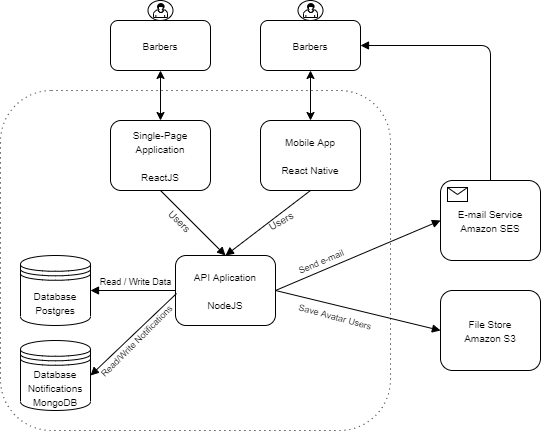
This is GoBarber Arch.png from kielkow/GoBarber-2.0-Back-end, a draw.io export, as it was before one commit. Source tidied: cells renumbered, new cells last; positions are measured from the earlier drawing's top-left corner, leaving out a move shared by most shapes.
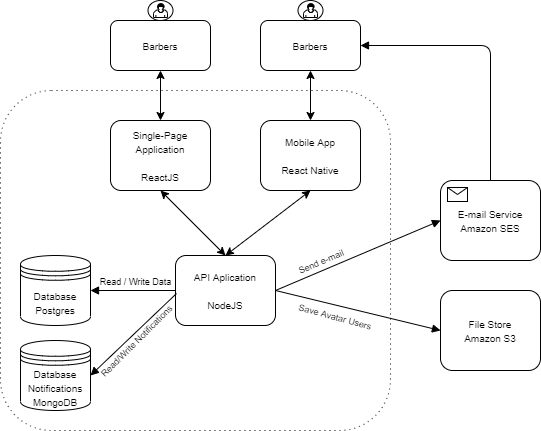
Later version of the same file.

What changed in the source:
```diff
@@ -46,18 +46,6 @@
     <mxCell id="15" value="&lt;font style=&quot;font-size: 10px&quot;&gt;Mobile App&lt;br&gt;&lt;br&gt;React Native&lt;/font&gt;" style="shape=ext;rounded=1;html=1;whiteSpace=wrap;" parent="1" vertex="1">
       <mxGeometry x="260" y="120" width="100" height="70" as="geometry" />
     </mxCell>
-    <mxCell id="16" style="endArrow=block;endFill=1;endSize=6;html=1;exitX=0.5;exitY=1;exitDx=0;exitDy=0;entryX=0.5;entryY=0;entryDx=0;entryDy=0;" parent="1" edge="1" source="14" target="7">
-      <mxGeometry relative="1" as="geometry" />
-    </mxCell>
-    <mxCell id="17" style="endArrow=block;endFill=1;endSize=6;html=1;entryX=0.5;entryY=0;entryDx=0;entryDy=0;exitX=0.5;exitY=1;exitDx=0;exitDy=0;" parent="1" edge="1" source="15" target="7">
-      <mxGeometry relative="1" as="geometry" />
-    </mxCell>
-    <mxCell id="18" value="&lt;font size=&quot;1&quot;&gt;Users&lt;/font&gt;" style="text;html=1;align=center;verticalAlign=middle;fillColor=none;strokeColor=none;rounded=0;rotation=45;" parent="1" vertex="1">
-      <mxGeometry x="160" y="210" width="40" height="20" as="geometry" />
-    </mxCell>
-    <mxCell id="19" value="&lt;font size=&quot;1&quot;&gt;Users&lt;/font&gt;" style="text;html=1;align=center;verticalAlign=middle;fillColor=none;strokeColor=none;rounded=0;rotation=-30;" parent="1" vertex="1">
-      <mxGeometry x="260" y="210" width="40" height="20" as="geometry" />
-    </mxCell>
     <mxCell id="20" style="shape=mxgraph.bpmn.shape;html=1;verticalLabelPosition=bottom;labelBackgroundColor=#ffffff;verticalAlign=top;align=center;perimeter=ellipsePerimeter;outline=standard;symbol=general;" parent="1" vertex="1">
       <mxGeometry x="147.5" width="25" height="20" as="geometry" />
     </mxCell>
@@ -98,5 +86,11 @@
     <mxCell id="31" style="shape=mxgraph.bpmn.user_task;html=1;" parent="1" vertex="1">
       <mxGeometry x="303" y="3" width="14" height="14" as="geometry" />
     </mxCell>
+    <mxCell id="32" style="endArrow=classic;startArrow=classic;html=1;exitX=0.5;exitY=0;exitDx=0;exitDy=0;entryX=0.5;entryY=1;entryDx=0;entryDy=0;" parent="1" edge="1" source="7" target="14">
+      <mxGeometry relative="1" as="geometry" />
+    </mxCell>
+    <mxCell id="33" style="endArrow=classic;startArrow=classic;html=1;exitX=0.5;exitY=0;exitDx=0;exitDy=0;entryX=0.5;entryY=1;entryDx=0;entryDy=0;" parent="1" edge="1" source="7" target="15">
+      <mxGeometry relative="1" as="geometry" />
+    </mxCell>
   </root>
 </mxGraphModel>
```
